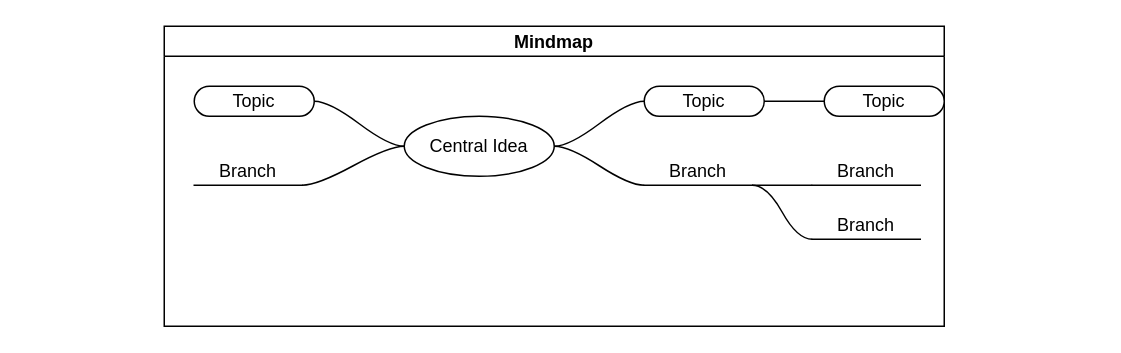
daemon110282/daemon110282.github.io keeps this draw.io diagram as technology/mindmap.drawio. Above is the earlier version. Source tidied: cells renumbered, new cells numbered last; positions are measured from the earlier drawing's top-left corner, leaving out a move shared by most shapes. Both pictures are drawn from the tidied source at 150%, with x=0, y=0 at pixel (164, 26).
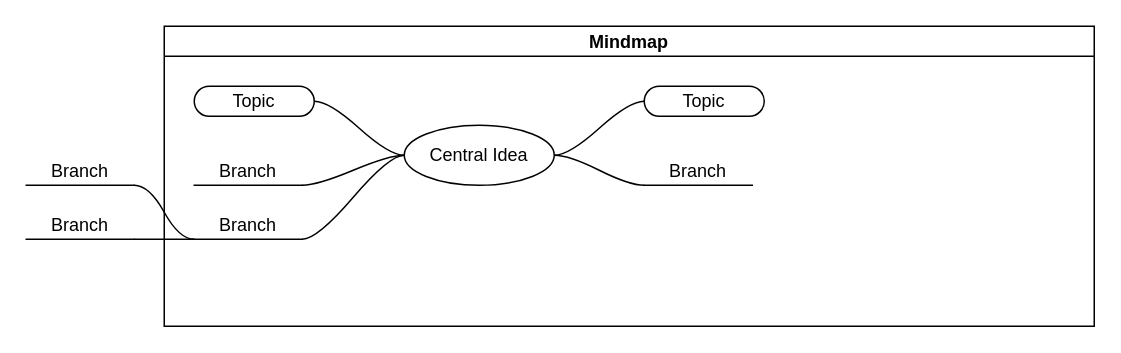
After the change.

Change to the diagram source:
```diff
@@
 <mxGraphModel>
   <root>
     <mxCell id="0" />
     <mxCell id="1" parent="0" />
     <mxCell id="2" value="Mindmap" style="swimlane;startSize=20;horizontal=1;containerType=tree;" parent="1" vertex="1">
-      <mxGeometry width="520" height="200" as="geometry" />
+      <mxGeometry width="620" height="200" as="geometry" />
     </mxCell>
     <mxCell id="3" style="edgeStyle=entityRelationEdgeStyle;startArrow=none;endArrow=none;segment=10;curved=1;" parent="2" edge="1" source="7" target="8">
       <mxGeometry relative="1" as="geometry" />
     </mxCell>
     <mxCell id="4" style="edgeStyle=entityRelationEdgeStyle;startArrow=none;endArrow=none;segment=10;curved=1;" parent="2" edge="1" source="7" target="9">
       <mxGeometry relative="1" as="geometry" />
     </mxCell>
     <mxCell id="5" style="edgeStyle=entityRelationEdgeStyle;startArrow=none;endArrow=none;segment=10;curved=1;" parent="2" edge="1" source="7" target="10">
       <mxGeometry relative="1" as="geometry" />
     </mxCell>
     <mxCell id="6" style="edgeStyle=entityRelationEdgeStyle;startArrow=none;endArrow=none;segment=10;curved=1;" parent="2" edge="1" source="7" target="11">
       <mxGeometry relative="1" as="geometry" />
     </mxCell>
     <mxCell id="7" value="Central Idea" style="ellipse;whiteSpace=wrap;html=1;align=center;newEdgeStyle={&quot;edgeStyle&quot;:&quot;entityRelationEdgeStyle&quot;,&quot;startArrow&quot;:&quot;none&quot;,&quot;endArrow&quot;:&quot;none&quot;,&quot;segment&quot;:10,&quot;curved&quot;:1};" parent="2" vertex="1">
-      <mxGeometry x="160" y="60" width="100" height="40" as="geometry" />
+      <mxGeometry x="160" y="66" width="100" height="40" as="geometry" />
     </mxCell>
-    <mxCell id="8" value="Topic" style="whiteSpace=wrap;html=1;rounded=1;arcSize=50;align=center;verticalAlign=middle;strokeWidth=1;spacing=4;newEdgeStyle={&quot;edgeStyle&quot;:&quot;entityRelationEdgeStyle&quot;,&quot;startArrow&quot;:&quot;none&quot;,&quot;endArrow&quot;:&quot;none&quot;,&quot;segment&quot;:10,&quot;curved&quot;:1};" parent="2" vertex="1">
+    <mxCell id="8" value="Topic" style="whiteSpace=wrap;html=1;rounded=1;arcSize=50;align=center;verticalAlign=middle;strokeWidth=1;spacing=4;newEdgeStyle={&quot;edgeStyle&quot;:&quot;entityRelationEdgeStyle&quot;,&quot;startArrow&quot;:&quot;none&quot;,&quot;endArrow&quot;:&quot;none&quot;,&quot;segment&quot;:10,&quot;curved&quot;:1};" parent="2" vertex="1" collapsed="1">
       <mxGeometry x="320" y="40" width="80" height="20" as="geometry" />
     </mxCell>
-    <mxCell id="9" value="Branch" style="whiteSpace=wrap;html=1;shape=partialRectangle;top=0;left=0;bottom=1;right=0;points=[[0,1],[1,1]];fillColor=none;align=center;verticalAlign=bottom;routingCenterY=0.5;snapToPoint=1;newEdgeStyle={&quot;edgeStyle&quot;:&quot;entityRelationEdgeStyle&quot;,&quot;startArrow&quot;:&quot;none&quot;,&quot;endArrow&quot;:&quot;none&quot;,&quot;segment&quot;:10,&quot;curved&quot;:1};" parent="2" vertex="1">
+    <mxCell id="9" value="Branch" style="whiteSpace=wrap;html=1;shape=partialRectangle;top=0;left=0;bottom=1;right=0;points=[[0,1],[1,1]];fillColor=none;align=center;verticalAlign=bottom;routingCenterY=0.5;snapToPoint=1;newEdgeStyle={&quot;edgeStyle&quot;:&quot;entityRelationEdgeStyle&quot;,&quot;startArrow&quot;:&quot;none&quot;,&quot;endArrow&quot;:&quot;none&quot;,&quot;segment&quot;:10,&quot;curved&quot;:1};" parent="2" vertex="1" collapsed="1">
       <mxGeometry x="320" y="80" width="72" height="26" as="geometry" />
     </mxCell>
     <mxCell id="10" value="Topic" style="whiteSpace=wrap;html=1;rounded=1;arcSize=50;align=center;verticalAlign=middle;strokeWidth=1;spacing=4;newEdgeStyle={&quot;edgeStyle&quot;:&quot;entityRelationEdgeStyle&quot;,&quot;startArrow&quot;:&quot;none&quot;,&quot;endArrow&quot;:&quot;none&quot;,&quot;segment&quot;:10,&quot;curved&quot;:1};" parent="2" vertex="1">
       <mxGeometry x="20" y="40" width="80" height="20" as="geometry" />
     </mxCell>
     <mxCell id="11" value="Branch" style="whiteSpace=wrap;html=1;shape=partialRectangle;top=0;left=0;bottom=1;right=0;points=[[0,1],[1,1]];fillColor=none;align=center;verticalAlign=bottom;routingCenterY=0.5;snapToPoint=1;newEdgeStyle={&quot;edgeStyle&quot;:&quot;entityRelationEdgeStyle&quot;,&quot;startArrow&quot;:&quot;none&quot;,&quot;endArrow&quot;:&quot;none&quot;,&quot;segment&quot;:10,&quot;curved&quot;:1};" parent="2" vertex="1">
       <mxGeometry x="20" y="80" width="72" height="26" as="geometry" />
     </mxCell>
-    <mxCell id="12" style="edgeStyle=entityRelationEdgeStyle;startArrow=none;endArrow=none;segment=10;curved=1;" parent="2" edge="1" source="8" target="13">
-      <mxGeometry relative="1" as="geometry" />
-    </mxCell>
-    <mxCell id="13" value="Topic" style="whiteSpace=wrap;html=1;rounded=1;arcSize=50;align=center;verticalAlign=middle;strokeWidth=1;spacing=4;newEdgeStyle={&quot;edgeStyle&quot;:&quot;entityRelationEdgeStyle&quot;,&quot;startArrow&quot;:&quot;none&quot;,&quot;endArrow&quot;:&quot;none&quot;,&quot;segment&quot;:10,&quot;curved&quot;:1};" parent="2" vertex="1">
-      <mxGeometry x="440" y="40" width="80" height="20" as="geometry" />
-    </mxCell>
-    <mxCell id="14" style="edgeStyle=entityRelationEdgeStyle;startArrow=none;endArrow=none;segment=10;curved=1;" parent="2" edge="1" source="9" target="15">
-      <mxGeometry relative="1" as="geometry" />
-    </mxCell>
-    <mxCell id="15" value="Branch" style="whiteSpace=wrap;html=1;shape=partialRectangle;top=0;left=0;bottom=1;right=0;points=[[0,1],[1,1]];fillColor=none;align=center;verticalAlign=bottom;routingCenterY=0.5;snapToPoint=1;newEdgeStyle={&quot;edgeStyle&quot;:&quot;entityRelationEdgeStyle&quot;,&quot;startArrow&quot;:&quot;none&quot;,&quot;endArrow&quot;:&quot;none&quot;,&quot;segment&quot;:10,&quot;curved&quot;:1};" parent="2" vertex="1">
-      <mxGeometry x="432" y="80" width="72" height="26" as="geometry" />
-    </mxCell>
-    <mxCell id="16" style="edgeStyle=entityRelationEdgeStyle;startArrow=none;endArrow=none;segment=10;curved=1;" parent="2" edge="1" source="9" target="17">
-      <mxGeometry relative="1" as="geometry" />
-    </mxCell>
-    <mxCell id="17" value="Branch" style="whiteSpace=wrap;html=1;shape=partialRectangle;top=0;left=0;bottom=1;right=0;points=[[0,1],[1,1]];fillColor=none;align=center;verticalAlign=bottom;routingCenterY=0.5;snapToPoint=1;newEdgeStyle={&quot;edgeStyle&quot;:&quot;entityRelationEdgeStyle&quot;,&quot;startArrow&quot;:&quot;none&quot;,&quot;endArrow&quot;:&quot;none&quot;,&quot;segment&quot;:10,&quot;curved&quot;:1};" parent="2" vertex="1">
-      <mxGeometry x="432" y="116" width="72" height="26" as="geometry" />
-    </mxCell>
+    <mxCell id="18" style="edgeStyle=entityRelationEdgeStyle;startArrow=none;endArrow=none;segment=10;curved=1;" parent="2" edge="1" source="7" target="21">
+      <mxGeometry relative="1" as="geometry" />
+    </mxCell>
+    <mxCell id="19" value="Branch" style="whiteSpace=wrap;html=1;shape=partialRectangle;top=0;left=0;bottom=1;right=0;points=[[0,1],[1,1]];fillColor=none;align=center;verticalAlign=bottom;routingCenterY=0.5;snapToPoint=1;newEdgeStyle={&quot;edgeStyle&quot;:&quot;entityRelationEdgeStyle&quot;,&quot;startArrow&quot;:&quot;none&quot;,&quot;endArrow&quot;:&quot;none&quot;,&quot;segment&quot;:10,&quot;curved&quot;:1};" parent="2" vertex="1">
+      <mxGeometry x="-92" y="116" width="72" height="26" as="geometry" />
+    </mxCell>
+    <mxCell id="20" style="edgeStyle=entityRelationEdgeStyle;startArrow=none;endArrow=none;segment=10;curved=1;" parent="2" edge="1" source="21" target="19">
+      <mxGeometry relative="1" as="geometry" />
+    </mxCell>
+    <mxCell id="21" value="Branch" style="whiteSpace=wrap;html=1;shape=partialRectangle;top=0;left=0;bottom=1;right=0;points=[[0,1],[1,1]];fillColor=none;align=center;verticalAlign=bottom;routingCenterY=0.5;snapToPoint=1;newEdgeStyle={&quot;edgeStyle&quot;:&quot;entityRelationEdgeStyle&quot;,&quot;startArrow&quot;:&quot;none&quot;,&quot;endArrow&quot;:&quot;none&quot;,&quot;segment&quot;:10,&quot;curved&quot;:1};" parent="2" vertex="1">
+      <mxGeometry x="20" y="116" width="72" height="26" as="geometry" />
+    </mxCell>
+    <mxCell id="22" style="edgeStyle=entityRelationEdgeStyle;startArrow=none;endArrow=none;segment=10;curved=1;" parent="2" edge="1" source="21" target="23">
+      <mxGeometry relative="1" as="geometry" />
+    </mxCell>
+    <mxCell id="23" value="Branch" style="whiteSpace=wrap;html=1;shape=partialRectangle;top=0;left=0;bottom=1;right=0;points=[[0,1],[1,1]];fillColor=none;align=center;verticalAlign=bottom;routingCenterY=0.5;snapToPoint=1;newEdgeStyle={&quot;edgeStyle&quot;:&quot;entityRelationEdgeStyle&quot;,&quot;startArrow&quot;:&quot;none&quot;,&quot;endArrow&quot;:&quot;none&quot;,&quot;segment&quot;:10,&quot;curved&quot;:1};" parent="2" vertex="1">
+      <mxGeometry x="-92" y="80" width="72" height="26" as="geometry" />
+    </mxCell>
   </root>
 </mxGraphModel>
```
